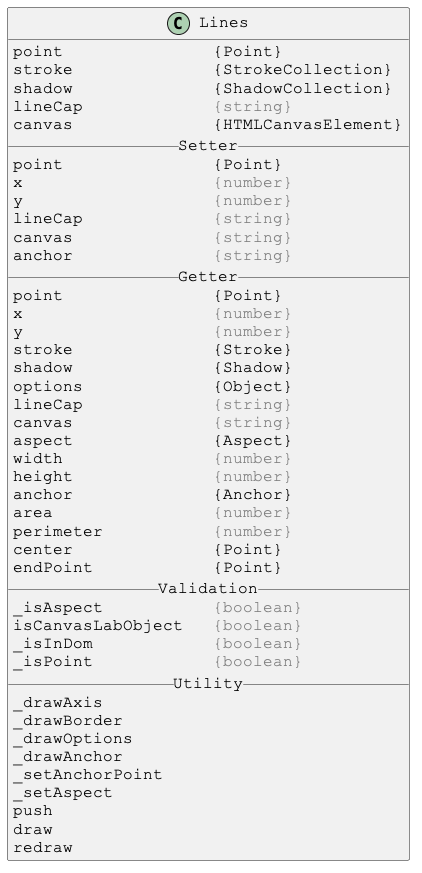
Above: docs/PlantUml/images/Lines.png in Justin-Byrne/canvasLab (PlantUML), before the change.
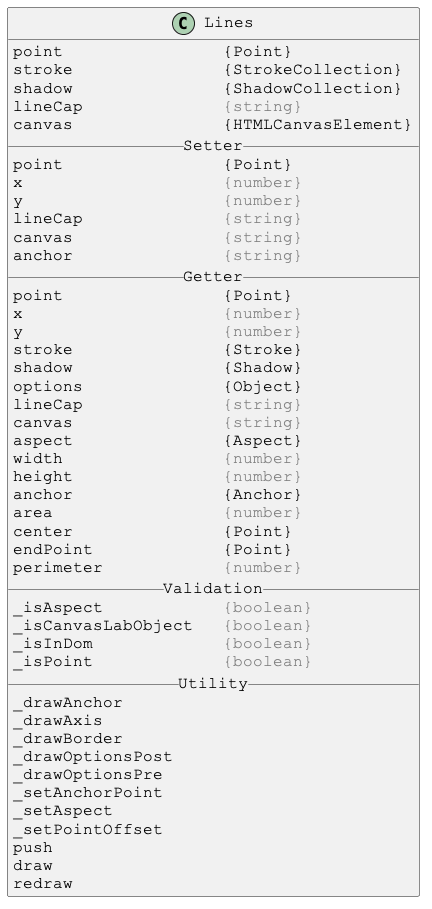
Above is the later version.

Diff of the diagram source:
```diff
@@ -4,47 +4,49 @@
 skinparam DefaultFontName Courier New
 
 class Lines {
-point               {Point}
-stroke              {StrokeCollection}
-shadow              {ShadowCollection}
-lineCap             <color:gray>{string}</color>
-canvas              {HTMLCanvasElement}
+point                {Point}
+stroke               {StrokeCollection}
+shadow               {ShadowCollection}
+lineCap              <color:gray>{string}</color>
+canvas               {HTMLCanvasElement}
 __ Setter __
-point               {Point}
-x                   <color:gray>{number}</color>
-y                   <color:gray>{number}</color>
-lineCap             <color:gray>{string}</color>
-canvas              <color:gray>{string}</color>
-anchor              <color:gray>{string}</color>
+point                {Point}
+x                    <color:gray>{number}</color>
+y                    <color:gray>{number}</color>
+lineCap              <color:gray>{string}</color>
+canvas               <color:gray>{string}</color>
+anchor               <color:gray>{string}</color>
 __ Getter __
-point               {Point}
-x                   <color:gray>{number}</color>
-y                   <color:gray>{number}</color>
-stroke              {Stroke}
-shadow              {Shadow}
-options             {Object}
-lineCap             <color:gray>{string}</color>
-canvas              <color:gray>{string}</color>
-aspect              {Aspect}
-width               <color:gray>{number}</color>
-height              <color:gray>{number}</color>
-anchor              {Anchor}
-area                <color:gray>{number}</color>
-perimeter           <color:gray>{number}</color>
-center              {Point}
-endPoint            {Point}
+point                {Point}
+x                    <color:gray>{number}</color>
+y                    <color:gray>{number}</color>
+stroke               {Stroke}
+shadow               {Shadow}
+options              {Object}
+lineCap              <color:gray>{string}</color>
+canvas               <color:gray>{string}</color>
+aspect               {Aspect}
+width                <color:gray>{number}</color>
+height               <color:gray>{number}</color>
+anchor               {Anchor}
+area                 <color:gray>{number}</color>
+center               {Point}
+endPoint             {Point}
+perimeter            <color:gray>{number}</color>
 __ Validation __
-_isAspect           <color:gray>{boolean}</color>
-isCanvasLabObject   <color:gray>{boolean}</color>
-_isInDom            <color:gray>{boolean}</color>
-_isPoint            <color:gray>{boolean}</color>
+_isAspect            <color:gray>{boolean}</color>
+_isCanvasLabObject   <color:gray>{boolean}</color>
+_isInDom             <color:gray>{boolean}</color>
+_isPoint             <color:gray>{boolean}</color>
 __ Utility __
+_drawAnchor
 _drawAxis
 _drawBorder
-_drawOptions
-_drawAnchor
+_drawOptionsPost
+_drawOptionsPre
 _setAnchorPoint
 _setAspect
+_setPointOffset
 push
 draw
 redraw
```
